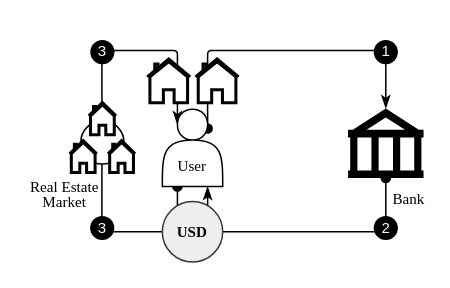
lyc0603/tvl-measurement keeps this draw.io diagram as diagrams/financial_leverage.drawio. Above is the earlier version. Source tidied: cells renumbered, new cells numbered last; positions are measured from the earlier drawing's top-left corner, leaving out a move shared by most shapes. Both pictures are drawn from the tidied source at 151%, with x=0, y=0 at pixel (26, 41).
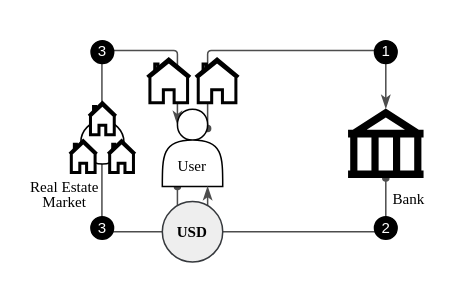
The same page after the edit.

Unchanged cells that the change refers to:
```xml
<mxCell id="4" value="&lt;font style=&quot;font-size: 10px;&quot;&gt;&lt;br&gt;&lt;font style=&quot;font-size: 10px;&quot;&gt;&lt;br&gt;User&lt;/font&gt;&lt;/font&gt;" style="shape=actor;whiteSpace=wrap;html=1;fontSize=10;fontFamily=Times New Roman;verticalAlign=middle;" parent="1" vertex="1">
  <mxGeometry x="90" y="44.8" width="40" height="51.2" as="geometry" />
</mxCell>
<mxCell id="9" value="&lt;font face=&quot;Times New Roman&quot; style=&quot;font-size: 10px;&quot;&gt;&amp;nbsp; &amp;nbsp; &amp;nbsp; &amp;nbsp; &amp;nbsp; &amp;nbsp; Bank&lt;/font&gt;" style="shape=mxgraph.signs.travel.bank;html=1;fillColor=#000000;strokeColor=none;verticalLabelPosition=bottom;verticalAlign=top;align=center;" parent="1" vertex="1">
  <mxGeometry x="213" y="44.4" width="50" height="46" as="geometry" />
</mxCell>
```

Change to the diagram source:
```diff
@@
-    <mxCell id="2" style="edgeStyle=orthogonalEdgeStyle;rounded=1;jettySize=auto;html=1;exitX=0.75;exitY=0.25;exitDx=0;exitDy=0;entryX=0.5;entryY=0;entryDx=0;entryDy=0;entryPerimeter=0;endArrow=classicThin;endFill=1;arcSize=5;fillColor=#d80073;strokeColor=#000000;exitPerimeter=0;startArrow=oval;startFill=1;" parent="1" edge="1" source="4" target="9">
+    <mxCell id="2" style="edgeStyle=orthogonalEdgeStyle;rounded=1;jettySize=auto;html=1;exitX=0.75;exitY=0.25;exitDx=0;exitDy=0;entryX=0.5;entryY=0;entryDx=0;entryDy=0;entryPerimeter=0;endArrow=classicThin;endFill=1;arcSize=5;fillColor=#d80073;strokeColor=#4D4D4D;exitPerimeter=0;startArrow=oval;startFill=1;startSize=4;" parent="1" edge="1" source="4" target="9">
       <mxGeometry relative="1" as="geometry">
         <Array as="points">
           <mxPoint x="120" y="6" />
           <mxPoint x="238" y="6" />
         </Array>
       </mxGeometry>
     </mxCell>
-    <mxCell id="3" style="edgeStyle=orthogonalEdgeStyle;rounded=1;orthogonalLoop=1;jettySize=auto;html=1;exitX=0.25;exitY=1;exitDx=0;exitDy=0;entryX=0.25;entryY=0.2;entryDx=0;entryDy=0;entryPerimeter=0;endArrow=classicThin;endFill=1;arcSize=5;strokeColor=#000000;startArrow=oval;startFill=1;" parent="1" edge="1" source="4" target="4">
+    <mxCell id="3" style="edgeStyle=orthogonalEdgeStyle;rounded=1;orthogonalLoop=1;jettySize=auto;html=1;exitX=0.25;exitY=1;exitDx=0;exitDy=0;entryX=0.25;entryY=0.2;entryDx=0;entryDy=0;entryPerimeter=0;endArrow=classicThin;endFill=1;arcSize=5;strokeColor=#4D4D4D;startArrow=oval;startFill=1;startSize=4;" parent="1" edge="1" source="4" target="4">
       <mxGeometry relative="1" as="geometry">
         <Array as="points">
           <mxPoint x="100" y="126" />
           <mxPoint x="50" y="126" />
           <mxPoint x="50" y="6" />
           <mxPoint x="100" y="6" />
         </Array>
       </mxGeometry>
     </mxCell>
@@
-    <mxCell id="5" style="edgeStyle=orthogonalEdgeStyle;rounded=1;jettySize=auto;html=1;exitX=0.5;exitY=1;exitDx=0;exitDy=0;exitPerimeter=0;entryX=0.75;entryY=1;entryDx=0;entryDy=0;endArrow=classicThin;endFill=1;arcSize=5;fillColor=#1ba1e2;strokeColor=#000000;startArrow=oval;startFill=1;" parent="1" edge="1" target="4">
+    <mxCell id="5" style="edgeStyle=orthogonalEdgeStyle;rounded=1;jettySize=auto;html=1;exitX=0.5;exitY=1;exitDx=0;exitDy=0;exitPerimeter=0;entryX=0.75;entryY=1;entryDx=0;entryDy=0;endArrow=classicThin;endFill=1;arcSize=5;fillColor=#1ba1e2;strokeColor=#4D4D4D;startArrow=oval;startFill=1;startSize=4;" parent="1" edge="1" target="4">
       <mxGeometry relative="1" as="geometry">
         <mxPoint x="238" y="90.4" as="sourcePoint" />
         <Array as="points">
           <mxPoint x="238" y="126" />
           <mxPoint x="120" y="126" />
         </Array>
       </mxGeometry>
     </mxCell>
```
